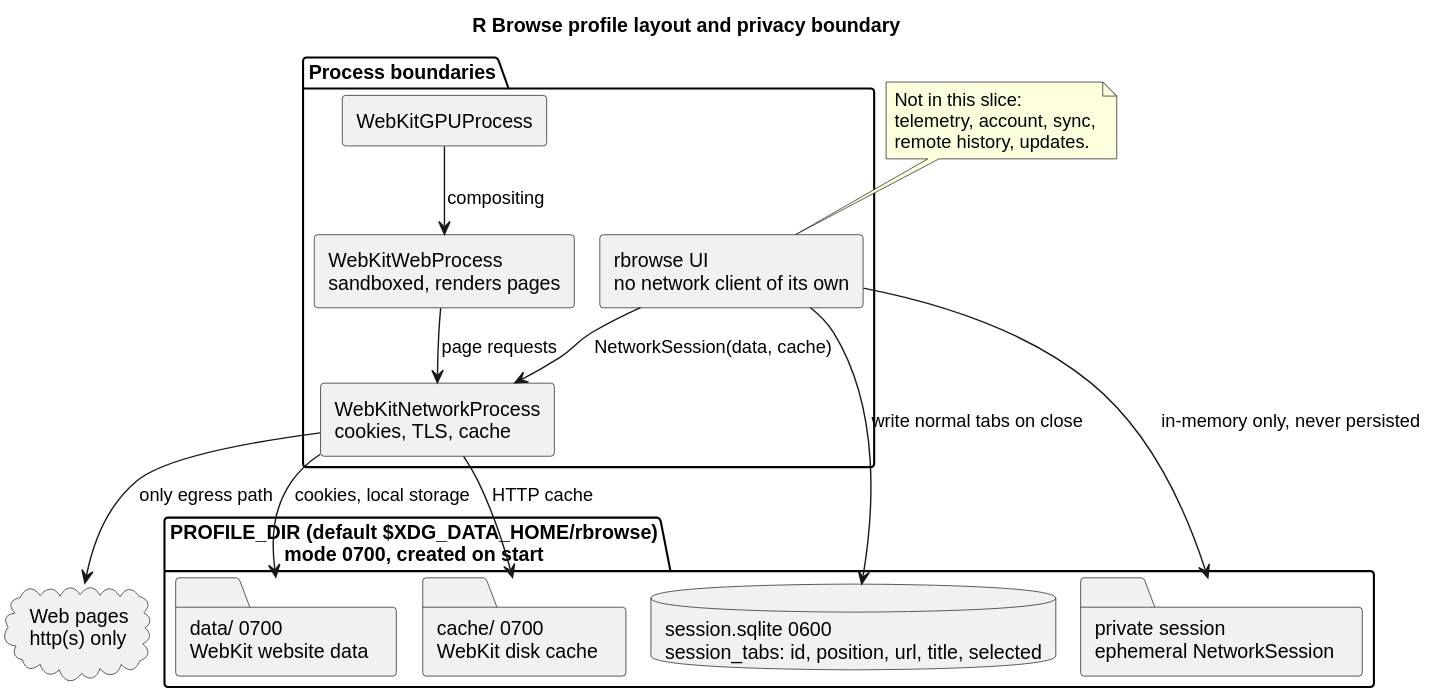
Before: diagrams/profile-and-privacy.svg, a diagram exported from PlantUML (mariobgsp/browsrl). The source it was exported from:
```plantuml
@startuml
!pragma layout smetana
title R Browse profile layout and privacy boundary

skinparam componentStyle rectangle
skinparam shadowing false

folder "PROFILE_DIR (default $XDG_DATA_HOME/rbrowse)\nmode 0700, created on start" as Profile {
  folder "data/ 0700\nWebKit website data" as Data
  folder "cache/ 0700\nWebKit disk cache" as Cache
  database "session.sqlite 0600\nsession_tabs: id, position, url, title, selected" as Session
  folder "private session\nephemeral NetworkSession" as Private
}

package "Process boundaries" as Procs {
  rectangle "rbrowse UI\nno network client of its own" as UI
  rectangle "WebKitNetworkProcess\ncookies, TLS, cache" as Net
  rectangle "WebKitWebProcess\nsandboxed, renders pages" as Web
  rectangle "WebKitGPUProcess" as GPU
}

cloud "Web pages\nhttp(s) only" as Internet
note "Not in this slice:\ntelemetry, account, sync,\nremote history, updates." as None

UI --> Session : write normal tabs on close
UI --> Private : in-memory only, never persisted
UI --> Net : NetworkSession(data, cache)
Net --> Data : cookies, local storage
Net --> Cache : HTTP cache
Web --> Net : page requests
Net --> Internet : only egress path
GPU --> Web : compositing
None ..> UI : "no code path"
@enduml
```
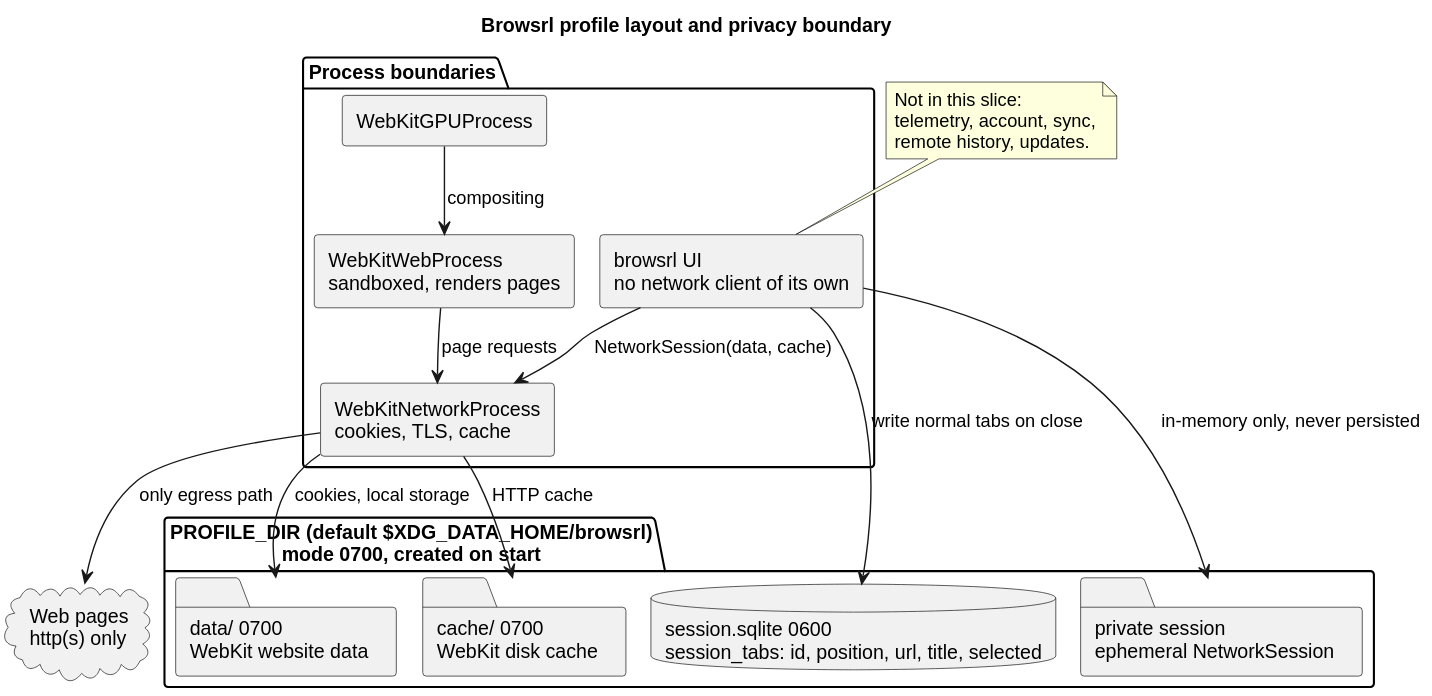
After the change.

The edit, as a diff of the source:
```diff
@@ -1,11 +1,11 @@
 @startuml
 !pragma layout smetana
-title R Browse profile layout and privacy boundary
+title Browsrl profile layout and privacy boundary
 
 skinparam componentStyle rectangle
 skinparam shadowing false
 
-folder "PROFILE_DIR (default $XDG_DATA_HOME/rbrowse)\nmode 0700, created on start" as Profile {
+folder "PROFILE_DIR (default $XDG_DATA_HOME/browsrl)\nmode 0700, created on start" as Profile {
   folder "data/ 0700\nWebKit website data" as Data
   folder "cache/ 0700\nWebKit disk cache" as Cache
   database "session.sqlite 0600\nsession_tabs: id, position, url, title, selected" as Session
@@ -13,7 +13,7 @@
 }
 
 package "Process boundaries" as Procs {
-  rectangle "rbrowse UI\nno network client of its own" as UI
+  rectangle "browsrl UI\nno network client of its own" as UI
   rectangle "WebKitNetworkProcess\ncookies, TLS, cache" as Net
   rectangle "WebKitWebProcess\nsandboxed, renders pages" as Web
   rectangle "WebKitGPUProcess" as GPU
```
